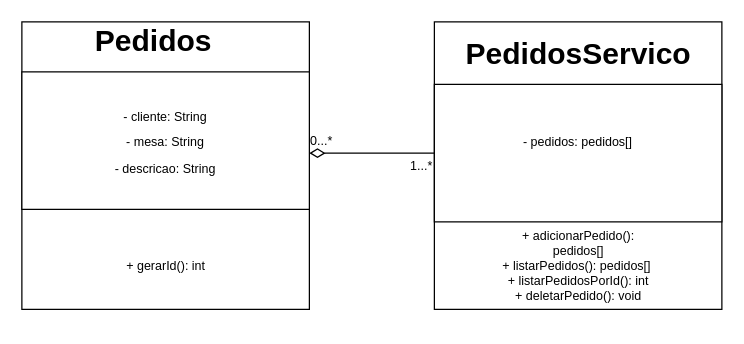
The draw.io diagram pedidos.drawio in manuumqm/ListaPedidos, before the edit. Source tidied: cells renumbered, new cells numbered last; positions are measured from the earlier drawing's top-left corner, leaving out a move shared by most shapes. Both pictures are drawn from the tidied source at 125%, with x=0, y=0 at pixel (21, 21).
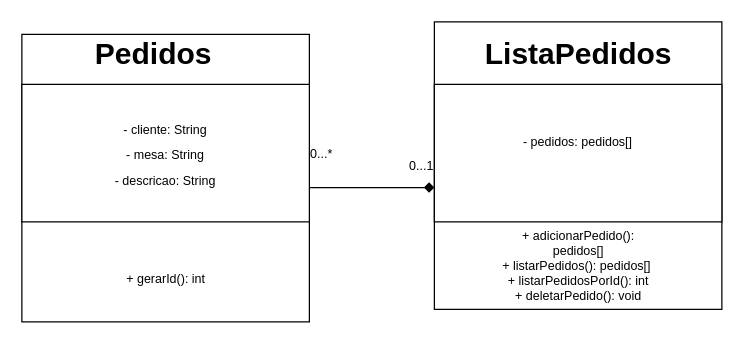
After the change.

Diff of the diagram source:
```diff
@@
 <mxGraphModel>
   <root>
     <mxCell id="0" />
     <mxCell id="1" parent="0" />
     <mxCell id="2" style="group;" parent="1" vertex="1">
-      <mxGeometry x="40" width="230" height="230" as="geometry" />
+      <mxGeometry x="40" y="10" width="230" height="230" as="geometry" />
     </mxCell>
     <mxCell id="3" style="whiteSpace=wrap;html=1;" parent="2" vertex="1">
       <mxGeometry x="-40" width="230" height="230" as="geometry" />
     </mxCell>
     <mxCell id="4" value="Pedidos" style="text;strokeColor=none;fillColor=none;html=1;fontSize=24;fontStyle=1;verticalAlign=middle;align=center;" parent="2" vertex="1">
       <mxGeometry x="35" width="60" height="32.9" as="geometry" />
     </mxCell>
     <mxCell id="5" style="rounded=0;whiteSpace=wrap;html=1;" parent="2" vertex="1">
       <mxGeometry x="-40" y="40" width="230" height="110" as="geometry" />
     </mxCell>
     <mxCell id="6" value="&lt;span style=&quot;font-size: 10px;&quot;&gt;- cliente: String&lt;br&gt;- mesa: String&lt;br&gt;- descricao: String&lt;br&gt;&lt;/span&gt;" style="text;html=1;strokeColor=none;fillColor=none;align=center;verticalAlign=middle;whiteSpace=wrap;rounded=0;fontSize=17;" parent="2" vertex="1">
       <mxGeometry x="-40" y="80" width="230" height="30" as="geometry" />
     </mxCell>
     <mxCell id="7" value="+ gerarId(): int" style="text;html=1;strokeColor=none;fillColor=none;align=center;verticalAlign=middle;whiteSpace=wrap;rounded=0;fontSize=10;" parent="2" vertex="1">
       <mxGeometry x="12.5" y="180" width="125" height="30" as="geometry" />
     </mxCell>
     <mxCell id="8" value="0...*" style="text;html=1;strokeColor=none;fillColor=none;align=center;verticalAlign=middle;whiteSpace=wrap;rounded=0;fontSize=10;" parent="2" vertex="1">
       <mxGeometry x="170" y="80" width="60" height="30" as="geometry" />
     </mxCell>
     <mxCell id="9" style="whiteSpace=wrap;html=1;" parent="1" vertex="1">
       <mxGeometry x="330" width="230" height="230" as="geometry" />
     </mxCell>
-    <mxCell id="10" value="PedidosServico" style="text;strokeColor=none;fillColor=none;html=1;fontSize=24;fontStyle=1;verticalAlign=middle;align=center;" parent="1" vertex="1">
+    <mxCell id="10" value="ListaPedidos" style="text;strokeColor=none;fillColor=none;html=1;fontSize=24;fontStyle=1;verticalAlign=middle;align=center;" parent="1" vertex="1">
       <mxGeometry x="415" y="10" width="60" height="32.9" as="geometry" />
     </mxCell>
     <mxCell id="11" style="rounded=0;whiteSpace=wrap;html=1;" parent="1" vertex="1">
       <mxGeometry x="330" y="50" width="230" height="110" as="geometry" />
     </mxCell>
     <mxCell id="12" value="&lt;span style=&quot;font-size: 10px;&quot;&gt;- pedidos: pedidos[]&lt;/span&gt;" style="text;html=1;strokeColor=none;fillColor=none;align=center;verticalAlign=middle;whiteSpace=wrap;rounded=0;fontSize=17;" parent="1" vertex="1">
       <mxGeometry x="330" y="80" width="230" height="30" as="geometry" />
     </mxCell>
     <mxCell id="13" value="+ adicionarPedido(): pedidos[]&lt;br&gt;+ listarPedidos(): pedidos[]&amp;nbsp;&lt;br&gt;+ listarPedidosPorId(): int&lt;br&gt;+ deletarPedido(): void" style="text;html=1;strokeColor=none;fillColor=none;align=center;verticalAlign=middle;whiteSpace=wrap;rounded=0;fontSize=10;rotation=0;" parent="1" vertex="1">
       <mxGeometry x="377.5" y="180" width="135" height="30" as="geometry" />
     </mxCell>
-    <mxCell id="14" style="edgeStyle=none;html=1;fontSize=10;endArrow=diamondThin;endFill=0;endSize=10;" parent="1" edge="1" source="11">
-      <mxGeometry relative="1" as="geometry">
-        <mxPoint x="230" y="105" as="targetPoint" />
-      </mxGeometry>
-    </mxCell>
-    <mxCell id="15" value="1...*" style="text;html=1;strokeColor=none;fillColor=none;align=center;verticalAlign=middle;whiteSpace=wrap;rounded=0;fontSize=10;" parent="1" vertex="1">
+    <mxCell id="15" value="0...1" style="text;html=1;strokeColor=none;fillColor=none;align=center;verticalAlign=middle;whiteSpace=wrap;rounded=0;fontSize=10;" parent="1" vertex="1">
       <mxGeometry x="290" y="100" width="60" height="30" as="geometry" />
     </mxCell>
+    <mxCell id="16" style="edgeStyle=none;html=1;exitX=1;exitY=0.75;exitDx=0;exitDy=0;endArrow=diamond;endFill=1;entryX=0;entryY=0.75;entryDx=0;entryDy=0;" parent="1" edge="1" source="5" target="11">
+      <mxGeometry relative="1" as="geometry" />
+    </mxCell>
   </root>
 </mxGraphModel>
```
